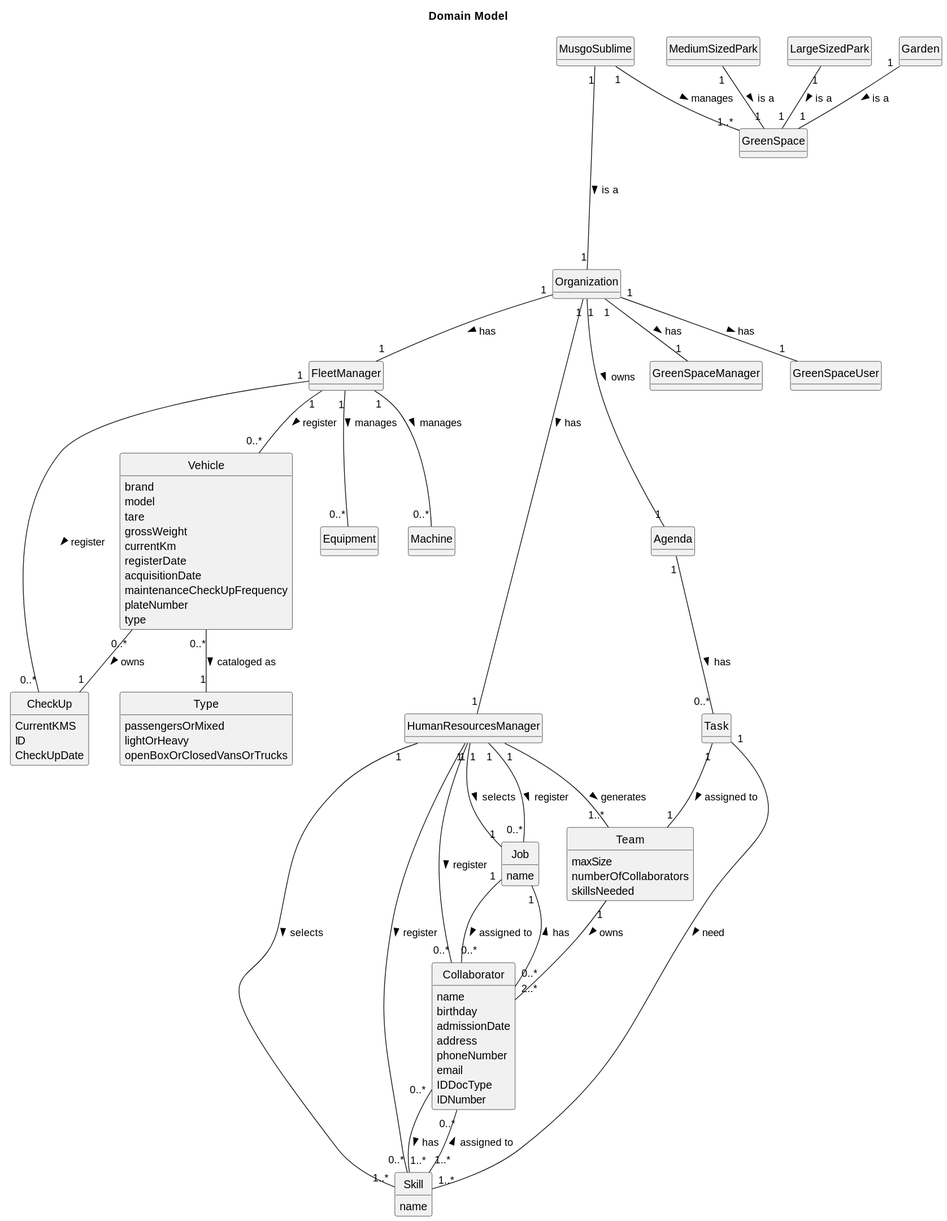
Above: docs/sprintA/global-artifacts/02.analysis/svg/project-domain-model.svg in daniel41silva05/ISEP_2023_2024_LAPR2 (PlantUML), before the change.
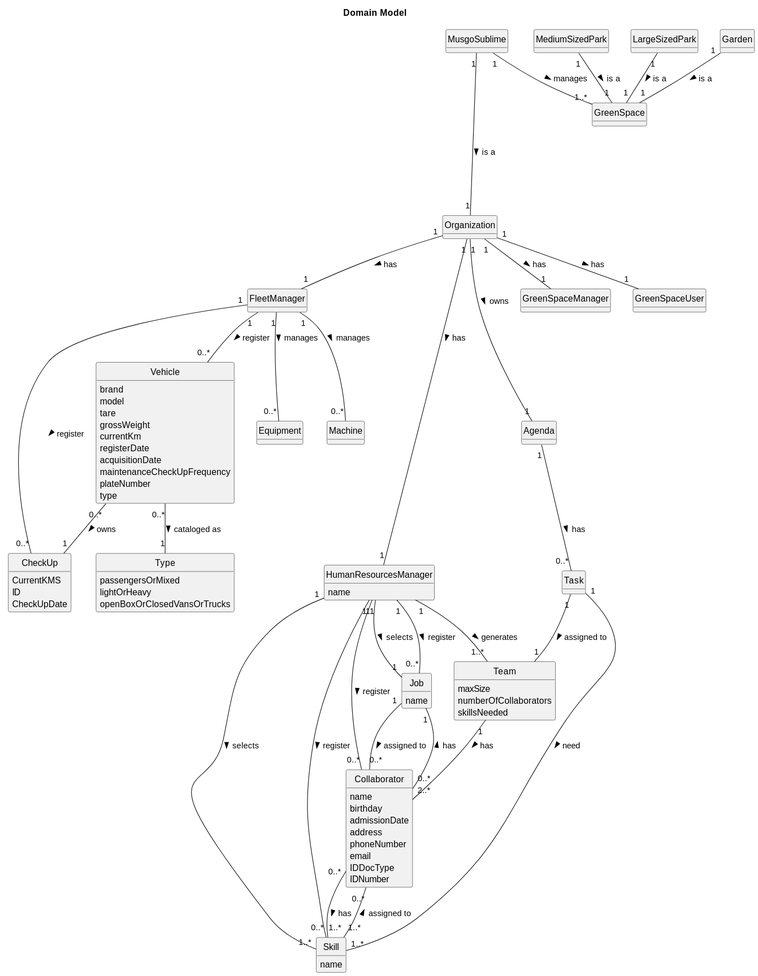
Later version of the same file.

Commit message:
Update US05, US01 and global domain

Diff of the diagram source:
```diff
@@ -26,6 +26,7 @@
 class FleetManager {
 }
 class HumanResourcesManager {
+    name
 }
 class GreenSpaceManager {
 }
@@ -112,7 +113,7 @@
 FleetManager "1" - "0..*" CheckUp : register >
 Vehicle "0..*" -- "1" CheckUp : owns >
 Vehicle "0..*" -- "1" Type : cataloged as >
-Team "1" -- "2..*" Collaborator : owns >
+Team "1" -- "2..*" Collaborator : has >
 Task "1" -- "1..*" Skill : need >
 Agenda "1" -- "0..*" Task : has >
 Task "1" -- "1" Team : assigned to >
```
